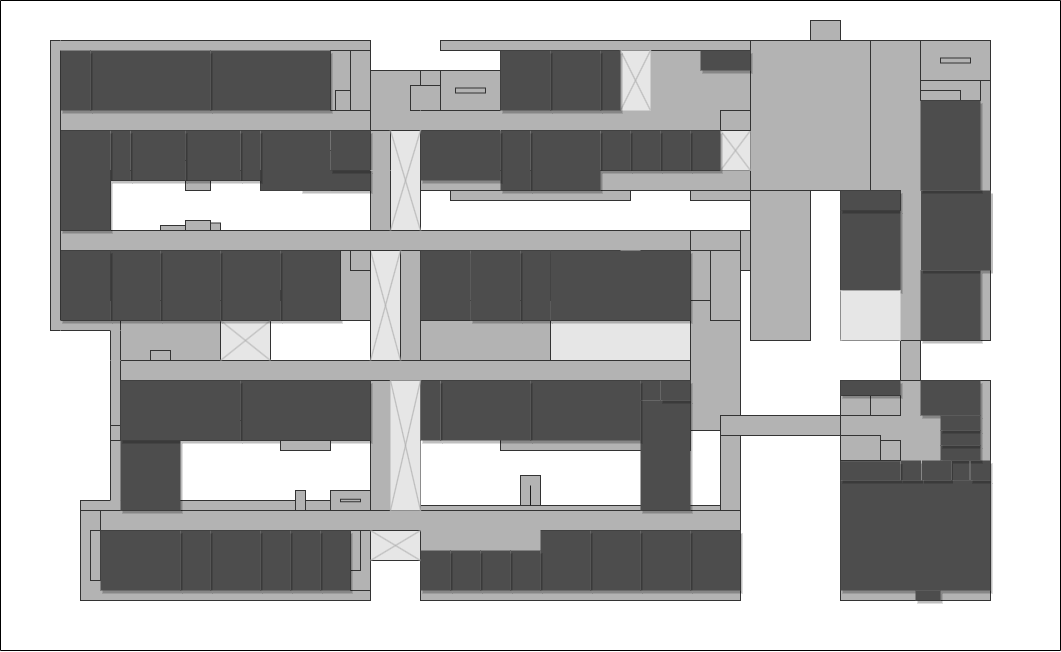
Earlier version of the draw.io export src/ask_map/images/2F.drawio.png (OMEGA-himajin/ask-map). Source tidied: cells renumbered, new cells last; positions are measured from the earlier drawing's top-left corner, leaving out a move shared by most shapes.
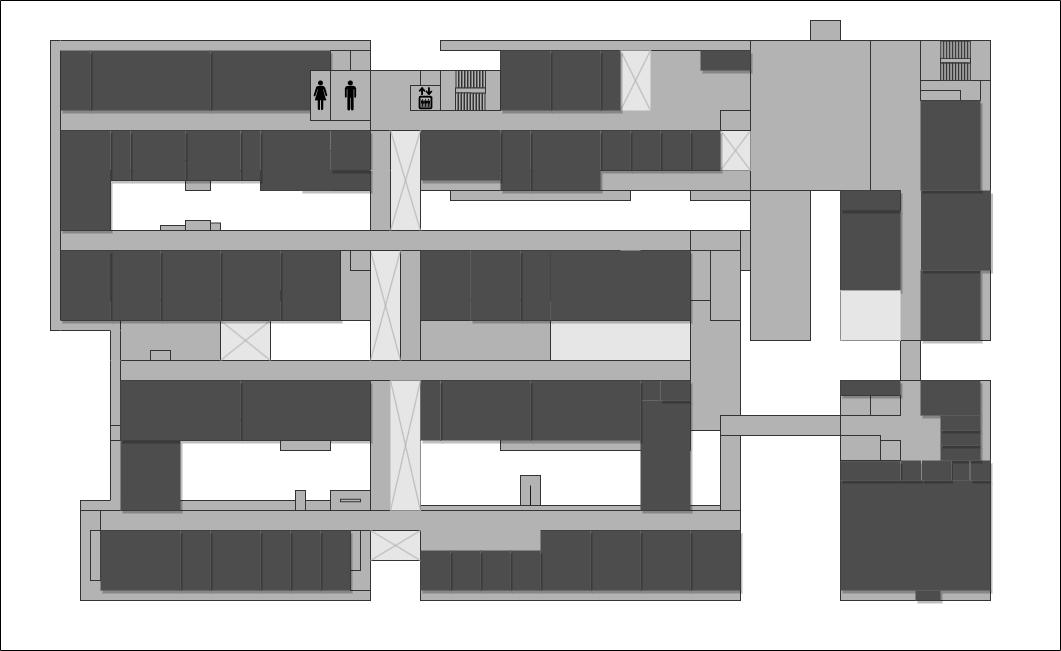
The same file after the commit.

The edit, as a diff of the source:
```diff
@@ -683,5 +683,224 @@
     <mxCell id="225" style="swimlane;startSize=0;" parent="1" vertex="1">
       <mxGeometry width="1060" height="650" as="geometry" />
     </mxCell>
+    <mxCell id="226" style="group;" parent="1" vertex="1">
+      <mxGeometry x="920" y="40" width="70" height="40" as="geometry" />
+    </mxCell>
+    <mxCell id="227" style="rounded=0;whiteSpace=wrap;html=1;strokeColor=#333333;fillColor=#B3B3B3;" parent="226" vertex="1">
+      <mxGeometry width="70" height="40" as="geometry" />
+    </mxCell>
+    <mxCell id="228" style="rounded=0;whiteSpace=wrap;html=1;strokeColor=#333333;fillColor=#B3B3B3;glass=0;" parent="226" vertex="1">
+      <mxGeometry x="20" y="17.5" width="30" height="5" as="geometry" />
+    </mxCell>
+    <mxCell id="229" style="group;" parent="226" vertex="1">
+      <mxGeometry x="20.3" y="22.7" width="33.8" height="17.1" as="geometry" />
+    </mxCell>
+    <mxCell id="230" style="rounded=0;whiteSpace=wrap;html=1;strokeColor=#333333;fillColor=#B3B3B3;glass=0;rotation=90;" parent="229" vertex="1">
+      <mxGeometry x="-4.3" y="7.3" width="17.1" height="2.5" as="geometry" />
+    </mxCell>
+    <mxCell id="231" style="rounded=0;whiteSpace=wrap;html=1;strokeColor=#333333;fillColor=#B3B3B3;glass=0;rotation=90;" parent="229" vertex="1">
+      <mxGeometry x="-1.3" y="7.3" width="17.1" height="2.5" as="geometry" />
+    </mxCell>
+    <mxCell id="232" style="rounded=0;whiteSpace=wrap;html=1;strokeColor=#333333;fillColor=#B3B3B3;glass=0;rotation=90;" parent="229" vertex="1">
+      <mxGeometry x="1.7" y="7.3" width="17.1" height="2.5" as="geometry" />
+    </mxCell>
+    <mxCell id="233" style="rounded=0;whiteSpace=wrap;html=1;strokeColor=#333333;fillColor=#B3B3B3;glass=0;rotation=90;" parent="229" vertex="1">
+      <mxGeometry x="4.7" y="7.3" width="17.1" height="2.5" as="geometry" />
+    </mxCell>
+    <mxCell id="234" style="rounded=0;whiteSpace=wrap;html=1;strokeColor=#333333;fillColor=#B3B3B3;glass=0;rotation=90;" parent="229" vertex="1">
+      <mxGeometry x="7.7" y="7.3" width="17.1" height="2.5" as="geometry" />
+    </mxCell>
+    <mxCell id="235" style="rounded=0;whiteSpace=wrap;html=1;strokeColor=#333333;fillColor=#B3B3B3;glass=0;rotation=90;" parent="229" vertex="1">
+      <mxGeometry x="10.7" y="7.3" width="17.1" height="2.5" as="geometry" />
+    </mxCell>
+    <mxCell id="236" style="rounded=0;whiteSpace=wrap;html=1;strokeColor=#333333;fillColor=#B3B3B3;glass=0;rotation=90;" parent="229" vertex="1">
+      <mxGeometry x="13.7" y="7.3" width="17.1" height="2.5" as="geometry" />
+    </mxCell>
+    <mxCell id="237" style="rounded=0;whiteSpace=wrap;html=1;strokeColor=#333333;fillColor=#B3B3B3;glass=0;rotation=90;" parent="229" vertex="1">
+      <mxGeometry x="16.7" y="7.3" width="17.1" height="2.5" as="geometry" />
+    </mxCell>
+    <mxCell id="238" style="rounded=0;whiteSpace=wrap;html=1;strokeColor=#333333;fillColor=#B3B3B3;glass=0;rotation=90;" parent="229" vertex="1">
+      <mxGeometry x="-7.3" y="7.3" width="17.1" height="2.5" as="geometry" />
+    </mxCell>
+    <mxCell id="239" style="rounded=0;whiteSpace=wrap;html=1;strokeColor=#333333;fillColor=#B3B3B3;glass=0;rotation=90;" parent="229" vertex="1">
+      <mxGeometry x="-7.3" y="7.3" width="17.1" height="2.5" as="geometry" />
+    </mxCell>
+    <mxCell id="240" style="rounded=0;whiteSpace=wrap;html=1;strokeColor=#333333;fillColor=#B3B3B3;glass=0;rotation=90;" parent="229" vertex="1">
+      <mxGeometry x="-4.3" y="7.3" width="17.1" height="2.5" as="geometry" />
+    </mxCell>
+    <mxCell id="241" style="rounded=0;whiteSpace=wrap;html=1;strokeColor=#333333;fillColor=#B3B3B3;glass=0;rotation=90;" parent="229" vertex="1">
+      <mxGeometry x="-1.3" y="7.3" width="17.1" height="2.5" as="geometry" />
+    </mxCell>
+    <mxCell id="242" style="rounded=0;whiteSpace=wrap;html=1;strokeColor=#333333;fillColor=#B3B3B3;glass=0;rotation=90;" parent="229" vertex="1">
+      <mxGeometry x="1.7" y="7.3" width="17.1" height="2.5" as="geometry" />
+    </mxCell>
+    <mxCell id="243" style="rounded=0;whiteSpace=wrap;html=1;strokeColor=#333333;fillColor=#B3B3B3;glass=0;rotation=90;" parent="229" vertex="1">
+      <mxGeometry x="4.7" y="7.3" width="17.1" height="2.5" as="geometry" />
+    </mxCell>
+    <mxCell id="244" style="group;" parent="229" vertex="1">
+      <mxGeometry width="29.5" height="17.1" as="geometry" />
+    </mxCell>
+    <mxCell id="245" style="rounded=0;whiteSpace=wrap;html=1;strokeColor=#333333;fillColor=#B3B3B3;glass=0;rotation=90;" parent="244" vertex="1">
+      <mxGeometry x="19.7" y="7.3" width="17.1" height="2.5" as="geometry" />
+    </mxCell>
+    <mxCell id="246" style="rounded=0;whiteSpace=wrap;html=1;strokeColor=#333333;fillColor=#B3B3B3;glass=0;rotation=90;" parent="244" vertex="1">
+      <mxGeometry x="-7.3" y="7.3" width="17.1" height="2.5" as="geometry" />
+    </mxCell>
+    <mxCell id="247" style="rounded=0;whiteSpace=wrap;html=1;strokeColor=#333333;fillColor=#B3B3B3;glass=0;rotation=90;" parent="244" vertex="1">
+      <mxGeometry x="-4.3" y="7.3" width="17.1" height="2.5" as="geometry" />
+    </mxCell>
+    <mxCell id="248" style="rounded=0;whiteSpace=wrap;html=1;strokeColor=#333333;fillColor=#B3B3B3;glass=0;rotation=90;" parent="244" vertex="1">
+      <mxGeometry x="-1.3" y="7.3" width="17.1" height="2.5" as="geometry" />
+    </mxCell>
+    <mxCell id="249" style="rounded=0;whiteSpace=wrap;html=1;strokeColor=#333333;fillColor=#B3B3B3;glass=0;rotation=90;" parent="244" vertex="1">
+      <mxGeometry x="1.7" y="7.3" width="17.1" height="2.5" as="geometry" />
+    </mxCell>
+    <mxCell id="250" style="rounded=0;whiteSpace=wrap;html=1;strokeColor=#333333;fillColor=#B3B3B3;glass=0;rotation=90;" parent="244" vertex="1">
+      <mxGeometry x="4.7" y="7.3" width="17.1" height="2.5" as="geometry" />
+    </mxCell>
+    <mxCell id="251" style="rounded=0;whiteSpace=wrap;html=1;strokeColor=#333333;fillColor=#B3B3B3;glass=0;rotation=90;" parent="244" vertex="1">
+      <mxGeometry x="7.7" y="7.3" width="17.1" height="2.5" as="geometry" />
+    </mxCell>
+    <mxCell id="252" style="rounded=0;whiteSpace=wrap;html=1;strokeColor=#333333;fillColor=#B3B3B3;glass=0;rotation=90;" parent="244" vertex="1">
+      <mxGeometry x="10.7" y="7.3" width="17.1" height="2.5" as="geometry" />
+    </mxCell>
+    <mxCell id="253" style="rounded=0;whiteSpace=wrap;html=1;strokeColor=#333333;fillColor=#B3B3B3;glass=0;rotation=90;" parent="244" vertex="1">
+      <mxGeometry x="13.7" y="7.3" width="17.1" height="2.5" as="geometry" />
+    </mxCell>
+    <mxCell id="254" style="rounded=0;whiteSpace=wrap;html=1;strokeColor=#333333;fillColor=#B3B3B3;glass=0;rotation=90;" parent="244" vertex="1">
+      <mxGeometry x="16.7" y="7.3" width="17.1" height="2.5" as="geometry" />
+    </mxCell>
+    <mxCell id="255" style="group;" parent="226" vertex="1">
+      <mxGeometry x="20.3" y="0.7" width="29.5" height="17.1" as="geometry" />
+    </mxCell>
+    <mxCell id="256" style="rounded=0;whiteSpace=wrap;html=1;strokeColor=#333333;fillColor=#B3B3B3;glass=0;rotation=90;" parent="255" vertex="1">
+      <mxGeometry x="-4.3" y="7.3" width="17.1" height="2.5" as="geometry" />
+    </mxCell>
+    <mxCell id="257" style="rounded=0;whiteSpace=wrap;html=1;strokeColor=#333333;fillColor=#B3B3B3;glass=0;rotation=90;" parent="255" vertex="1">
+      <mxGeometry x="-1.3" y="7.3" width="17.1" height="2.5" as="geometry" />
+    </mxCell>
+    <mxCell id="258" style="rounded=0;whiteSpace=wrap;html=1;strokeColor=#333333;fillColor=#B3B3B3;glass=0;rotation=90;" parent="255" vertex="1">
+      <mxGeometry x="1.7" y="7.3" width="17.1" height="2.5" as="geometry" />
+    </mxCell>
+    <mxCell id="259" style="rounded=0;whiteSpace=wrap;html=1;strokeColor=#333333;fillColor=#B3B3B3;glass=0;rotation=90;" parent="255" vertex="1">
+      <mxGeometry x="4.7" y="7.3" width="17.1" height="2.5" as="geometry" />
+    </mxCell>
+    <mxCell id="260" style="rounded=0;whiteSpace=wrap;html=1;strokeColor=#333333;fillColor=#B3B3B3;glass=0;rotation=90;" parent="255" vertex="1">
+      <mxGeometry x="7.7" y="7.3" width="17.1" height="2.5" as="geometry" />
+    </mxCell>
+    <mxCell id="261" style="rounded=0;whiteSpace=wrap;html=1;strokeColor=#333333;fillColor=#B3B3B3;glass=0;rotation=90;" parent="255" vertex="1">
+      <mxGeometry x="10.7" y="7.3" width="17.1" height="2.5" as="geometry" />
+    </mxCell>
+    <mxCell id="262" style="rounded=0;whiteSpace=wrap;html=1;strokeColor=#333333;fillColor=#B3B3B3;glass=0;rotation=90;" parent="255" vertex="1">
+      <mxGeometry x="13.7" y="7.3" width="17.1" height="2.5" as="geometry" />
+    </mxCell>
+    <mxCell id="263" style="rounded=0;whiteSpace=wrap;html=1;strokeColor=#333333;fillColor=#B3B3B3;glass=0;rotation=90;" parent="255" vertex="1">
+      <mxGeometry x="16.7" y="7.3" width="17.1" height="2.5" as="geometry" />
+    </mxCell>
+    <mxCell id="264" style="rounded=0;whiteSpace=wrap;html=1;strokeColor=#333333;fillColor=#B3B3B3;glass=0;rotation=90;" parent="255" vertex="1">
+      <mxGeometry x="19.7" y="7.3" width="17.1" height="2.5" as="geometry" />
+    </mxCell>
+    <mxCell id="265" style="rounded=0;whiteSpace=wrap;html=1;strokeColor=#333333;fillColor=#B3B3B3;glass=0;rotation=90;" parent="255" vertex="1">
+      <mxGeometry x="-7.3" y="7.3" width="17.1" height="2.5" as="geometry" />
+    </mxCell>
+    <mxCell id="266" style="group;" parent="1" vertex="1">
+      <mxGeometry x="310" y="70" width="60" height="50" as="geometry" />
+    </mxCell>
+    <mxCell id="267" style="group;" parent="266" vertex="1">
+      <mxGeometry x="20" width="40" height="50" as="geometry" />
+    </mxCell>
+    <mxCell id="268" style="rounded=0;whiteSpace=wrap;html=1;strokeColor=#333333;fillColor=#B3B3B3;" parent="267" vertex="1">
+      <mxGeometry width="40" height="50" as="geometry" />
+    </mxCell>
+    <mxCell id="269" style="shape=mxgraph.signs.people.man_1;html=1;fillColor=#000000;strokeColor=none;verticalLabelPosition=bottom;verticalAlign=top;align=center;" parent="267" vertex="1">
+      <mxGeometry x="14.3" y="10" width="11.3" height="30" as="geometry" />
+    </mxCell>
+    <mxCell id="270" style="group;" parent="266" vertex="1">
+      <mxGeometry width="20" height="50" as="geometry" />
+    </mxCell>
+    <mxCell id="271" style="rounded=0;whiteSpace=wrap;html=1;strokeColor=#333333;fillColor=#B3B3B3;" parent="270" vertex="1">
+      <mxGeometry width="20" height="50" as="geometry" />
+    </mxCell>
+    <mxCell id="272" style="shape=mxgraph.signs.people.woman_1;html=1;fillColor=#000000;strokeColor=none;verticalLabelPosition=bottom;verticalAlign=top;align=center;" parent="270" vertex="1">
+      <mxGeometry x="2.8" y="10" width="14.4" height="30" as="geometry" />
+    </mxCell>
+    <mxCell id="273" style="group;" parent="1" vertex="1">
+      <mxGeometry x="410" y="85" width="30" height="25" as="geometry" />
+    </mxCell>
+    <mxCell id="274" style="rounded=0;whiteSpace=wrap;html=1;strokeColor=#333333;fillColor=#B3B3B3;" parent="273" vertex="1">
+      <mxGeometry width="30" height="25" as="geometry" />
+    </mxCell>
+    <mxCell id="275" style="shape=mxgraph.signs.travel.elevator;html=1;fillColor=#000000;strokeColor=none;verticalLabelPosition=bottom;verticalAlign=top;align=center;" parent="273" vertex="1">
+      <mxGeometry x="7.7" y="1.2" width="14.6" height="22.5" as="geometry" />
+    </mxCell>
+    <mxCell id="276" style="group;" parent="1" vertex="1">
+      <mxGeometry x="440" y="70" width="60" height="40" as="geometry" />
+    </mxCell>
+    <mxCell id="277" style="rounded=0;whiteSpace=wrap;html=1;strokeColor=#333333;fillColor=#B3B3B3;" parent="276" vertex="1">
+      <mxGeometry width="60" height="40" as="geometry" />
+    </mxCell>
+    <mxCell id="278" style="rounded=0;whiteSpace=wrap;html=1;strokeColor=#333333;fillColor=#B3B3B3;glass=0;direction=south;" parent="276" vertex="1">
+      <mxGeometry x="30" y="22.5" width="2.5" height="17.5" as="geometry" />
+    </mxCell>
+    <mxCell id="279" style="rounded=0;whiteSpace=wrap;html=1;strokeColor=#333333;fillColor=#B3B3B3;glass=0;direction=south;" parent="276" vertex="1">
+      <mxGeometry x="33" y="22.5" width="2.5" height="17.5" as="geometry" />
+    </mxCell>
+    <mxCell id="280" style="rounded=0;whiteSpace=wrap;html=1;strokeColor=#333333;fillColor=#B3B3B3;glass=0;direction=south;" parent="276" vertex="1">
+      <mxGeometry x="36" y="22.5" width="2.5" height="17.5" as="geometry" />
+    </mxCell>
+    <mxCell id="281" style="rounded=0;whiteSpace=wrap;html=1;strokeColor=#333333;fillColor=#B3B3B3;glass=0;direction=south;" parent="276" vertex="1">
+      <mxGeometry x="39" y="22.5" width="2.5" height="17.5" as="geometry" />
+    </mxCell>
+    <mxCell id="282" style="rounded=0;whiteSpace=wrap;html=1;strokeColor=#333333;fillColor=#B3B3B3;glass=0;direction=south;" parent="276" vertex="1">
+      <mxGeometry x="42" y="22.5" width="2.5" height="17.5" as="geometry" />
+    </mxCell>
+    <mxCell id="283" style="rounded=0;whiteSpace=wrap;html=1;strokeColor=#333333;fillColor=#B3B3B3;glass=0;direction=south;" parent="276" vertex="1">
+      <mxGeometry x="42.5" width="2.5" height="17.5" as="geometry" />
+    </mxCell>
+    <mxCell id="284" style="rounded=0;whiteSpace=wrap;html=1;strokeColor=#333333;fillColor=#B3B3B3;glass=0;direction=south;" parent="276" vertex="1">
+      <mxGeometry x="39.5" width="2.5" height="17.5" as="geometry" />
+    </mxCell>
+    <mxCell id="285" style="rounded=0;whiteSpace=wrap;html=1;strokeColor=#333333;fillColor=#B3B3B3;glass=0;direction=south;" parent="276" vertex="1">
+      <mxGeometry x="36.5" width="2.5" height="17.5" as="geometry" />
+    </mxCell>
+    <mxCell id="286" style="rounded=0;whiteSpace=wrap;html=1;strokeColor=#333333;fillColor=#B3B3B3;glass=0;direction=south;" parent="276" vertex="1">
+      <mxGeometry x="33.5" width="2.5" height="17.5" as="geometry" />
+    </mxCell>
+    <mxCell id="287" style="rounded=0;whiteSpace=wrap;html=1;strokeColor=#333333;fillColor=#B3B3B3;glass=0;direction=south;" parent="276" vertex="1">
+      <mxGeometry x="30.5" width="2.5" height="17.5" as="geometry" />
+    </mxCell>
+    <mxCell id="288" style="rounded=0;whiteSpace=wrap;html=1;strokeColor=#333333;fillColor=#B3B3B3;glass=0;direction=south;" parent="276" vertex="1">
+      <mxGeometry x="27.5" width="2.5" height="17.5" as="geometry" />
+    </mxCell>
+    <mxCell id="289" style="rounded=0;whiteSpace=wrap;html=1;strokeColor=#333333;fillColor=#B3B3B3;glass=0;direction=south;" parent="276" vertex="1">
+      <mxGeometry x="24.5" width="2.5" height="17.5" as="geometry" />
+    </mxCell>
+    <mxCell id="290" style="rounded=0;whiteSpace=wrap;html=1;strokeColor=#333333;fillColor=#B3B3B3;glass=0;direction=south;" parent="276" vertex="1">
+      <mxGeometry x="21.5" width="2.5" height="17.5" as="geometry" />
+    </mxCell>
+    <mxCell id="291" style="rounded=0;whiteSpace=wrap;html=1;strokeColor=#333333;fillColor=#B3B3B3;glass=0;direction=south;" parent="276" vertex="1">
+      <mxGeometry x="18.5" width="2.5" height="17.5" as="geometry" />
+    </mxCell>
+    <mxCell id="292" style="rounded=0;whiteSpace=wrap;html=1;strokeColor=#333333;fillColor=#B3B3B3;glass=0;direction=south;" parent="276" vertex="1">
+      <mxGeometry x="15.5" width="2.5" height="17.5" as="geometry" />
+    </mxCell>
+    <mxCell id="293" style="rounded=0;whiteSpace=wrap;html=1;strokeColor=#333333;fillColor=#B3B3B3;glass=0;" parent="276" vertex="1">
+      <mxGeometry x="15" y="17.5" width="30" height="5" as="geometry" />
+    </mxCell>
+    <mxCell id="294" style="rounded=0;whiteSpace=wrap;html=1;strokeColor=#333333;fillColor=#B3B3B3;glass=0;direction=south;" parent="276" vertex="1">
+      <mxGeometry x="15" y="22.5" width="2.5" height="17.5" as="geometry" />
+    </mxCell>
+    <mxCell id="295" style="rounded=0;whiteSpace=wrap;html=1;strokeColor=#333333;fillColor=#B3B3B3;glass=0;direction=south;" parent="276" vertex="1">
+      <mxGeometry x="18" y="22.5" width="2.5" height="17.5" as="geometry" />
+    </mxCell>
+    <mxCell id="296" style="rounded=0;whiteSpace=wrap;html=1;strokeColor=#333333;fillColor=#B3B3B3;glass=0;direction=south;" parent="276" vertex="1">
+      <mxGeometry x="21" y="22.5" width="2.5" height="17.5" as="geometry" />
+    </mxCell>
+    <mxCell id="297" style="rounded=0;whiteSpace=wrap;html=1;strokeColor=#333333;fillColor=#B3B3B3;glass=0;direction=south;" parent="276" vertex="1">
+      <mxGeometry x="24" y="22.5" width="2.5" height="17.5" as="geometry" />
+    </mxCell>
+    <mxCell id="298" style="rounded=0;whiteSpace=wrap;html=1;strokeColor=#333333;fillColor=#B3B3B3;glass=0;direction=south;" parent="276" vertex="1">
+      <mxGeometry x="27" y="22.5" width="2.5" height="17.5" as="geometry" />
+    </mxCell>
   </root>
 </mxGraphModel>
```
